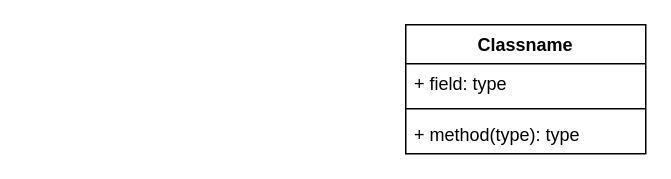
This is test.drawio from nsamelson/Bovelo-project-group-4, a draw.io file, before an edit. Source tidied: cells renumbered, new cells numbered last; positions are measured from the earlier drawing's top-left corner, leaving out a move shared by most shapes. Both pictures are drawn from the tidied source at 150%, with x=0, y=0 at pixel (405, 24).
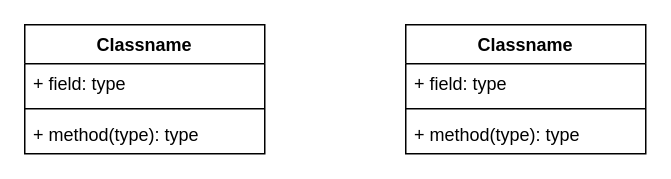
After the change.

The edit, as a diff of the source:
```diff
@@
 <mxGraphModel>
   <root>
     <mxCell id="0" />
     <mxCell id="1" parent="0" />
     <mxCell id="2" value="Classname" style="swimlane;fontStyle=1;align=center;verticalAlign=top;horizontal=1;startSize=26;" parent="1" vertex="1">
       <mxGeometry width="160" height="86" as="geometry" />
     </mxCell>
     <mxCell id="3" value="+ field: type" style="text;strokeColor=none;fillColor=none;align=left;verticalAlign=top;spacingLeft=4;spacingRight=4;overflow=hidden;" parent="2" vertex="1">
       <mxGeometry y="26" width="160" height="26" as="geometry" />
     </mxCell>
     <mxCell id="4" style="line;strokeWidth=1;fillColor=none;align=left;verticalAlign=middle;spacingTop=-1;spacingLeft=3;spacingRight=3;labelPosition=right;" parent="2" vertex="1">
       <mxGeometry y="52" width="160" height="8" as="geometry" />
     </mxCell>
     <mxCell id="5" value="+ method(type): type" style="text;strokeColor=none;fillColor=none;align=left;verticalAlign=top;spacingLeft=4;spacingRight=4;overflow=hidden;" parent="2" vertex="1">
       <mxGeometry y="60" width="160" height="26" as="geometry" />
     </mxCell>
+    <mxCell id="6" value="Classname" style="swimlane;fontStyle=1;align=center;verticalAlign=top;horizontal=1;startSize=26;" parent="1" vertex="1">
+      <mxGeometry x="-254" width="160" height="86" as="geometry" />
+    </mxCell>
+    <mxCell id="7" value="+ field: type" style="text;strokeColor=none;fillColor=none;align=left;verticalAlign=top;spacingLeft=4;spacingRight=4;overflow=hidden;" parent="6" vertex="1">
+      <mxGeometry y="26" width="160" height="26" as="geometry" />
+    </mxCell>
+    <mxCell id="8" style="line;strokeWidth=1;fillColor=none;align=left;verticalAlign=middle;spacingTop=-1;spacingLeft=3;spacingRight=3;labelPosition=right;" parent="6" vertex="1">
+      <mxGeometry y="52" width="160" height="8" as="geometry" />
+    </mxCell>
+    <mxCell id="9" value="+ method(type): type" style="text;strokeColor=none;fillColor=none;align=left;verticalAlign=top;spacingLeft=4;spacingRight=4;overflow=hidden;" parent="6" vertex="1">
+      <mxGeometry y="60" width="160" height="26" as="geometry" />
+    </mxCell>
   </root>
 </mxGraphModel>
```
